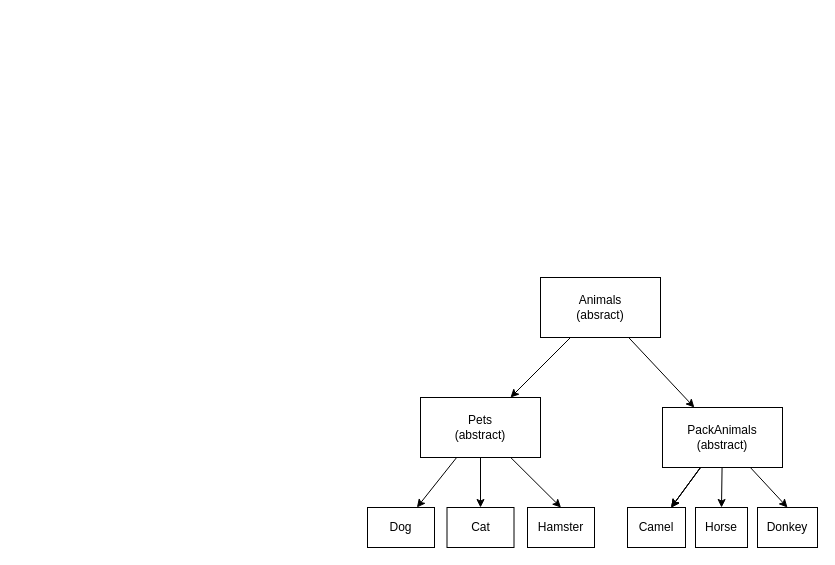
Earlier version of the draw.io diagram docs/diagram.drawio (LittleDrongo/gb_animal_accounting_system_2024). Source tidied: cells renumbered, new cells numbered last; positions are measured from the earlier drawing's top-left corner, leaving out a move shared by most shapes. Both pictures are drawn from the tidied source at 100%, with x=0, y=0 at pixel (367, 277).
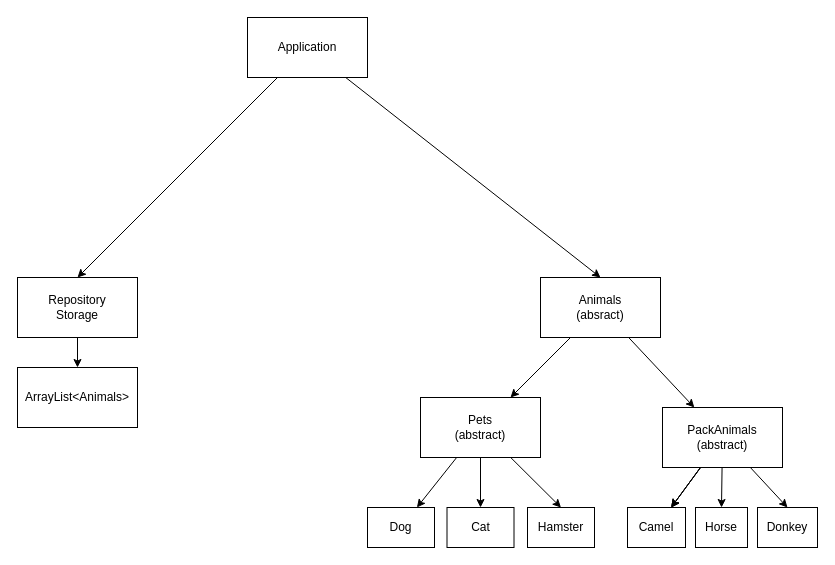
Above is the later version.

Unchanged cells that the change refers to:
```xml
<mxCell id="4" value="Animals&lt;br&gt;(absract)" style="rounded=0;whiteSpace=wrap;html=1;" parent="1" vertex="1">
  <mxGeometry x="173" width="120" height="60" as="geometry" />
</mxCell>
```

Change to the diagram source:
```diff
@@
+    <mxCell id="21" style="edgeStyle=none;html=1;" parent="1" edge="1" source="22" target="26">
+      <mxGeometry relative="1" as="geometry" />
+    </mxCell>
+    <mxCell id="22" value="Repository&lt;br&gt;Storage" style="rounded=0;whiteSpace=wrap;html=1;" parent="1" vertex="1">
+      <mxGeometry x="-350" width="120" height="60" as="geometry" />
+    </mxCell>
+    <mxCell id="23" style="edgeStyle=none;html=1;entryX=0.5;entryY=0;entryDx=0;entryDy=0;" parent="1" edge="1" source="25" target="22">
+      <mxGeometry relative="1" as="geometry" />
+    </mxCell>
+    <mxCell id="24" style="edgeStyle=none;html=1;entryX=0.5;entryY=0;entryDx=0;entryDy=0;" parent="1" edge="1" source="25" target="4">
+      <mxGeometry relative="1" as="geometry" />
+    </mxCell>
+    <mxCell id="25" value="Application" style="rounded=0;whiteSpace=wrap;html=1;" parent="1" vertex="1">
+      <mxGeometry x="-120" y="-260" width="120" height="60" as="geometry" />
+    </mxCell>
+    <mxCell id="26" value="ArrayList&amp;lt;Animals&amp;gt;" style="whiteSpace=wrap;html=1;rounded=0;" parent="1" vertex="1">
+      <mxGeometry x="-350" y="90" width="120" height="60" as="geometry" />
+    </mxCell>
```
